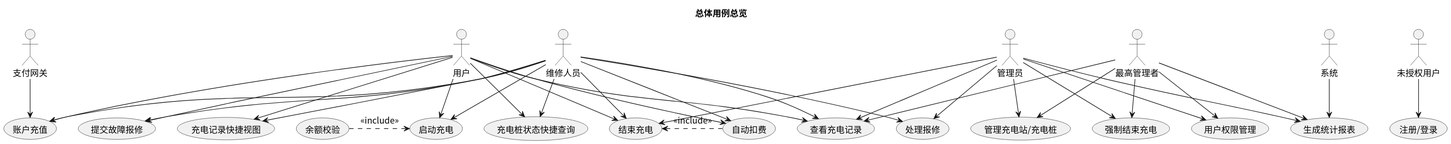
The PlantUML diagram usecase/docs/overview/img/usecase_overall.svg in greenhandzdl/charging-station-doc, before a commit.
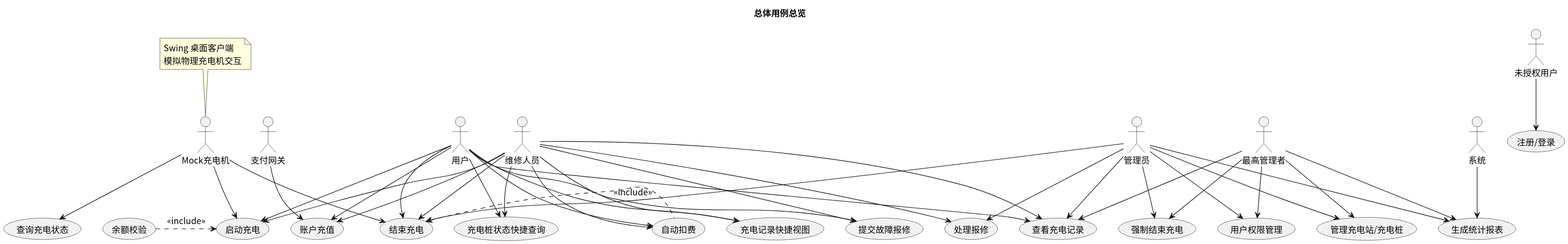
After the commit.

Change to the diagram source:
```diff
@@ -9,6 +9,7 @@
 actor "维修人员" as M
 actor "管理员" as A
 actor "最高管理者" as SA
+actor "Mock充电机" as MC
 actor "支付网关" as P
 actor "系统" as S
 
@@ -27,6 +28,7 @@
 usecase "生成统计报表" as GS
 usecase "充电记录快捷视图" as QV
 usecase "充电桩状态快捷查询" as QC
+usecase "查询充电状态" as QC_CM
 
 G --> UC
 
@@ -62,6 +64,11 @@
 SA --> FSC
 SA --> VCR
 
+MC --> SC
+MC --> EC
+MC --> QC_CM
+note top of MC : Swing 桌面客户端\n模拟物理充电机交互
+
 P --> RA
 S --> GS
 
```
